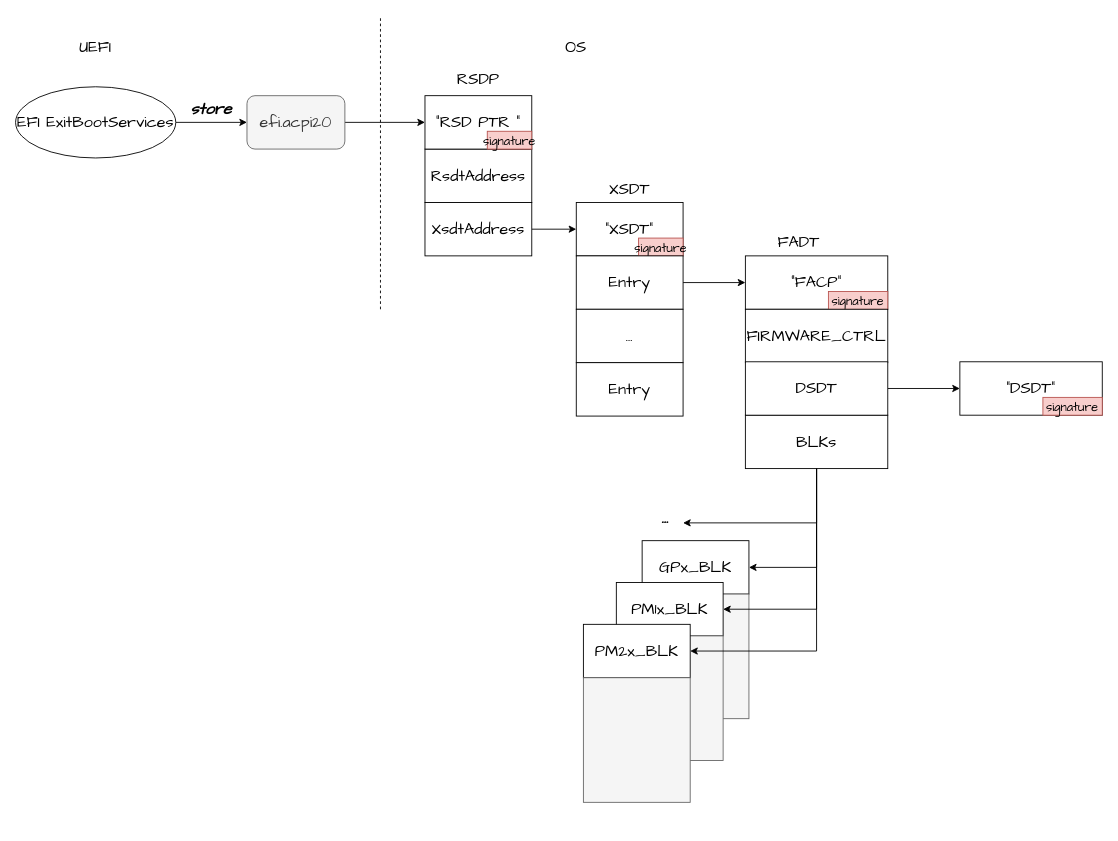
Before: drawio/Untitled Diagram.drawio in system-thoughts/blog-code-collections, a draw.io diagram. Source tidied: cells renumbered, new cells numbered last; positions are measured from the earlier drawing's top-left corner, leaving out a move shared by most shapes. Both pictures are drawn from the tidied source at 89%, with x=0, y=0 at pixel (15, 15).
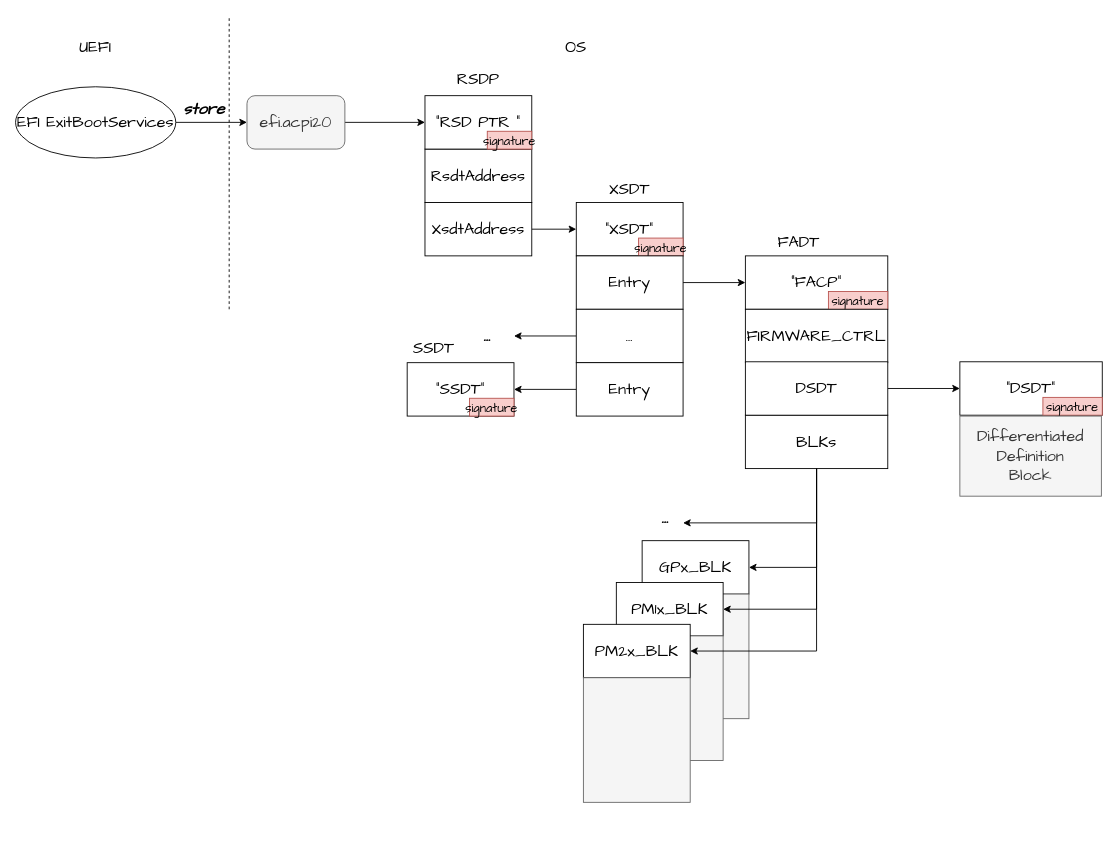
Above is the later version.

Unchanged cells that the change refers to:
```xml
<mxCell id="20" value="&lt;font style=&quot;font-size: 18px;&quot;&gt;...&lt;/font&gt;" style="rounded=0;whiteSpace=wrap;html=1;fontFamily=Comic Sans MS;fontSize=14;" parent="1" vertex="1">
  <mxGeometry x="630" y="330" width="120" height="60" as="geometry" />
</mxCell>
<mxCell id="21" value="&lt;font style=&quot;font-size: 18px;&quot;&gt;Entry&lt;/font&gt;" style="rounded=0;whiteSpace=wrap;html=1;fontFamily=Comic Sans MS;fontSize=14;" parent="1" vertex="1">
  <mxGeometry x="630" y="390" width="120" height="60" as="geometry" />
</mxCell>
```

Diff of the diagram source:
```diff
@@
     <mxCell id="7" value="&lt;i&gt;&lt;b&gt;store&lt;/b&gt;&lt;/i&gt;" style="text;html=1;strokeColor=none;fillColor=none;align=center;verticalAlign=middle;whiteSpace=wrap;rounded=0;fontSize=18;fontFamily=Comic Sans MS;" parent="1" vertex="1">
-      <mxGeometry x="190" y="90" width="60" height="30" as="geometry" />
+      <mxGeometry x="182" y="90" width="60" height="30" as="geometry" />
     </mxCell>
@@
+    <mxCell id="51" style="edgeStyle=orthogonalEdgeStyle;rounded=0;jettySize=auto;html=1;fontFamily=Comic Sans MS;fontSize=18;" parent="1" edge="1" source="20" target="57">
+      <mxGeometry relative="1" as="geometry" />
+    </mxCell>
@@
+    <mxCell id="52" style="edgeStyle=orthogonalEdgeStyle;rounded=0;jettySize=auto;html=1;entryX=1;entryY=0.5;entryDx=0;entryDy=0;fontFamily=Comic Sans MS;fontSize=18;" parent="1" edge="1" source="21" target="54">
+      <mxGeometry relative="1" as="geometry" />
+    </mxCell>
@@
     <mxCell id="25" style="endArrow=none;dashed=1;html=1;rounded=0;fontFamily=Comic Sans MS;fontSize=18;" parent="1" edge="1">
       <mxGeometry relative="1" as="geometry">
-        <mxPoint x="410" y="330" as="sourcePoint" />
-        <mxPoint x="410" as="targetPoint" />
+        <mxPoint x="240" y="330" as="sourcePoint" />
+        <mxPoint x="240" as="targetPoint" />
       </mxGeometry>
     </mxCell>
@@
+    <mxCell id="53" style="group;" parent="1" vertex="1">
+      <mxGeometry x="440" y="390" width="120" height="60" as="geometry" />
+    </mxCell>
+    <mxCell id="54" value="“SSDT”" style="rounded=0;whiteSpace=wrap;html=1;fontFamily=Comic Sans MS;fontSize=18;" parent="53" vertex="1">
+      <mxGeometry width="120" height="60" as="geometry" />
+    </mxCell>
+    <mxCell id="55" value="&lt;font style=&quot;font-size: 14px;&quot;&gt;signature&lt;/font&gt;" style="text;html=1;strokeColor=#b85450;fillColor=#f8cecc;align=center;verticalAlign=middle;whiteSpace=wrap;rounded=0;fontSize=18;fontFamily=Comic Sans MS;" parent="53" vertex="1">
+      <mxGeometry x="70" y="40" width="50" height="20" as="geometry" />
+    </mxCell>
+    <mxCell id="56" value="SSDT" style="text;html=1;strokeColor=none;fillColor=none;align=center;verticalAlign=middle;whiteSpace=wrap;rounded=0;fontSize=18;fontFamily=Comic Sans MS;" parent="1" vertex="1">
+      <mxGeometry x="440" y="359" width="60" height="30" as="geometry" />
+    </mxCell>
+    <mxCell id="57" value="&lt;b&gt;...&lt;/b&gt;" style="text;html=1;strokeColor=none;fillColor=none;align=center;verticalAlign=middle;whiteSpace=wrap;rounded=0;fontSize=18;fontFamily=Comic Sans MS;" parent="1" vertex="1">
+      <mxGeometry x="500" y="345" width="60" height="30" as="geometry" />
+    </mxCell>
+    <mxCell id="58" value="&lt;div&gt;&lt;font style=&quot;font-size: 18px;&quot;&gt;Differentiated&lt;/font&gt;&lt;/div&gt;&lt;div&gt;&lt;font style=&quot;font-size: 18px;&quot;&gt;Definition&lt;/font&gt;&lt;/div&gt;&lt;div&gt;&lt;font style=&quot;font-size: 18px;&quot;&gt;Block&lt;/font&gt;&lt;/div&gt;" style="rounded=0;whiteSpace=wrap;html=1;fontFamily=Comic Sans MS;fontSize=14;fillColor=#f5f5f5;fontColor=#333333;strokeColor=#666666;" parent="1" vertex="1">
+      <mxGeometry x="1061" y="450" width="159" height="90" as="geometry" />
+    </mxCell>
```
